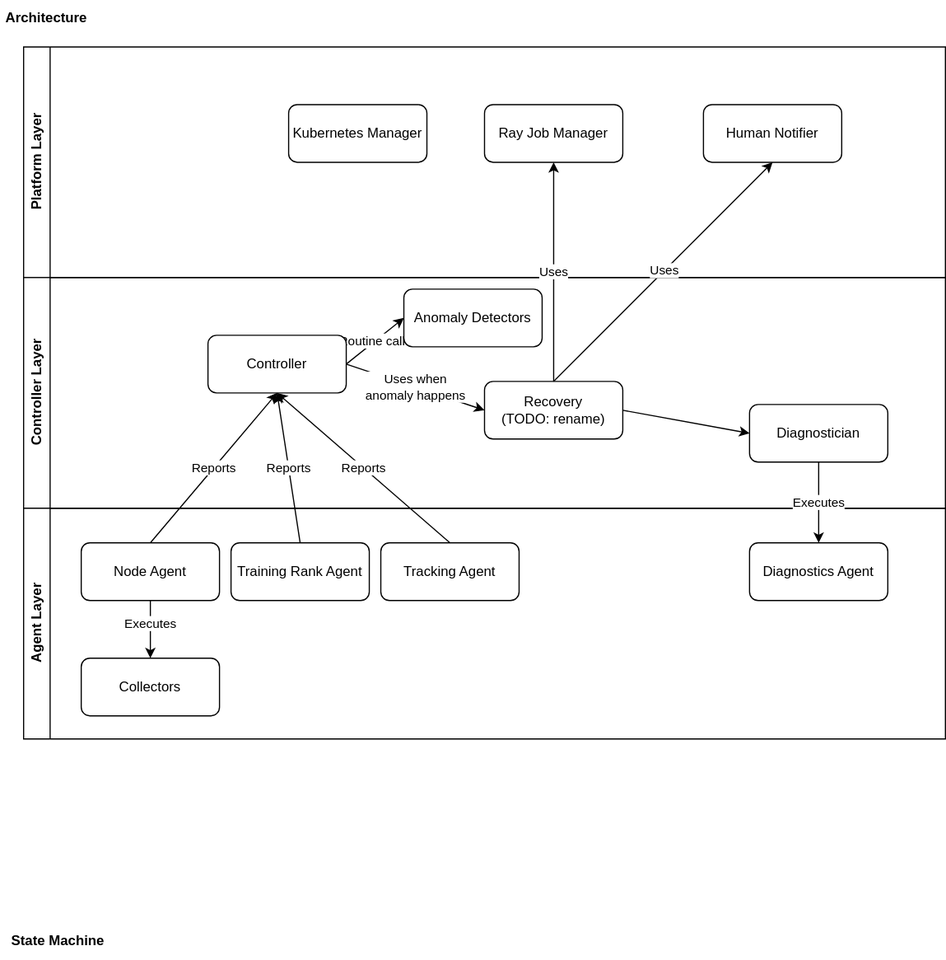
The draw.io diagram miles/utils/ft/ft_arch.svg in radixark/miles, before a commit. Source tidied: cells renumbered, new cells last; positions are measured from the earlier drawing's top-left corner, leaving out a move shared by most shapes.
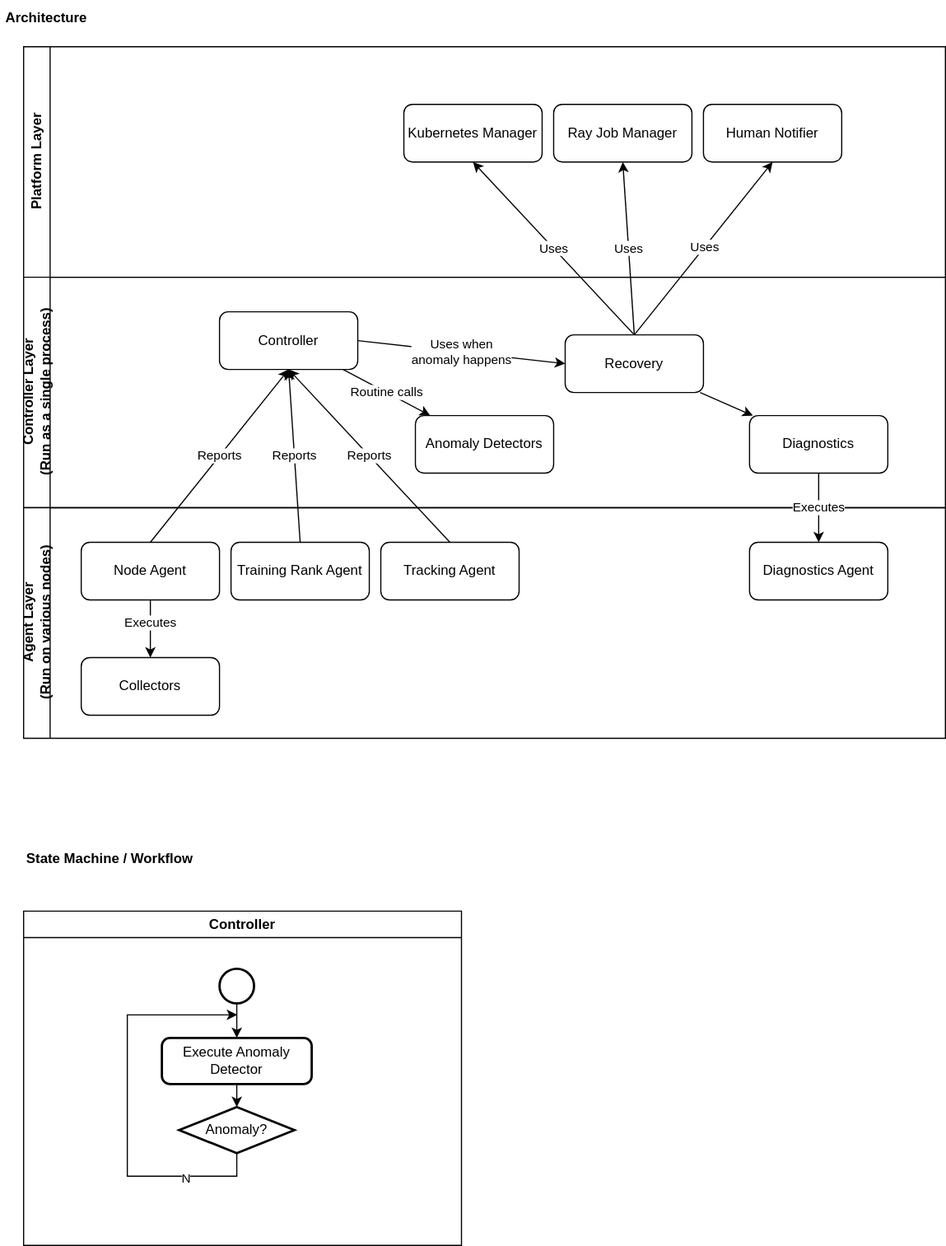
The same file after the commit.

Diff of the diagram source:
```diff
@@ -5,8 +5,8 @@
     <mxCell id="2" value="Architecture" style="text;html=1;strokeColor=none;fillColor=none;align=center;verticalAlign=middle;whiteSpace=wrap;rounded=0;fontStyle=1;" parent="1" vertex="1">
       <mxGeometry width="80" height="30" as="geometry" />
     </mxCell>
-    <mxCell id="3" value="State Machine" style="text;html=1;strokeColor=none;fillColor=none;align=center;verticalAlign=middle;whiteSpace=wrap;rounded=0;fontStyle=1;" parent="1" vertex="1">
-      <mxGeometry y="800" width="100" height="30" as="geometry" />
+    <mxCell id="3" value="State Machine / Workflow" style="text;html=1;strokeColor=none;fillColor=none;align=center;verticalAlign=middle;whiteSpace=wrap;rounded=0;fontStyle=1;" parent="1" vertex="1">
+      <mxGeometry y="730" width="190" height="30" as="geometry" />
     </mxCell>
     <mxCell id="4" value="Platform Layer" style="swimlane;horizontal=0;whiteSpace=wrap;html=1;" parent="1" vertex="1">
       <mxGeometry x="20" y="40" width="800" height="200" as="geometry" />
@@ -15,36 +15,36 @@
       <mxGeometry x="590" y="50" width="120" height="50" as="geometry" />
     </mxCell>
     <mxCell id="6" value="Ray Job Manager" style="rounded=1;whiteSpace=wrap;html=1;" parent="4" vertex="1">
-      <mxGeometry x="400" y="50" width="120" height="50" as="geometry" />
+      <mxGeometry x="460" y="50" width="120" height="50" as="geometry" />
     </mxCell>
     <mxCell id="7" value="Kubernetes Manager" style="rounded=1;whiteSpace=wrap;html=1;" parent="4" vertex="1">
-      <mxGeometry x="230" y="50" width="120" height="50" as="geometry" />
+      <mxGeometry x="330" y="50" width="120" height="50" as="geometry" />
     </mxCell>
-    <mxCell id="8" value="Controller Layer" style="swimlane;horizontal=0;whiteSpace=wrap;html=1;" parent="1" vertex="1">
+    <mxCell id="8" value="Controller Layer&lt;br&gt;(Run as a single process)" style="swimlane;horizontal=0;whiteSpace=wrap;html=1;" parent="1" vertex="1">
       <mxGeometry x="20" y="240" width="800" height="200" as="geometry" />
     </mxCell>
-    <mxCell id="9" value="Routine calls" style="rounded=0;jettySize=auto;html=1;exitX=1;exitY=0.5;exitDx=0;exitDy=0;entryX=0;entryY=0.5;entryDx=0;entryDy=0;" parent="8" edge="1" source="11" target="13">
+    <mxCell id="9" value="Routine calls" style="rounded=0;jettySize=auto;html=1;" parent="8" edge="1" source="11" target="13">
       <mxGeometry relative="1" as="geometry" />
     </mxCell>
     <mxCell id="10" value="Uses when&lt;br&gt;anomaly happens" style="rounded=0;jettySize=auto;html=1;exitX=1;exitY=0.5;exitDx=0;exitDy=0;entryX=0;entryY=0.5;entryDx=0;entryDy=0;" parent="8" edge="1" source="11" target="15">
       <mxGeometry relative="1" as="geometry" />
     </mxCell>
     <mxCell id="11" value="Controller" style="rounded=1;whiteSpace=wrap;html=1;" parent="8" vertex="1">
-      <mxGeometry x="160" y="50" width="120" height="50" as="geometry" />
+      <mxGeometry x="170" y="30" width="120" height="50" as="geometry" />
     </mxCell>
-    <mxCell id="12" value="Diagnostician" style="rounded=1;whiteSpace=wrap;html=1;" parent="8" vertex="1">
-      <mxGeometry x="630" y="110" width="120" height="50" as="geometry" />
+    <mxCell id="12" value="Diagnostics" style="rounded=1;whiteSpace=wrap;html=1;" parent="8" vertex="1">
+      <mxGeometry x="630" y="120" width="120" height="50" as="geometry" />
     </mxCell>
     <mxCell id="13" value="Anomaly Detectors" style="rounded=1;whiteSpace=wrap;html=1;" parent="8" vertex="1">
-      <mxGeometry x="330" y="10" width="120" height="50" as="geometry" />
+      <mxGeometry x="340" y="120" width="120" height="50" as="geometry" />
     </mxCell>
-    <mxCell id="14" style="rounded=0;jettySize=auto;html=1;exitX=1;exitY=0.5;exitDx=0;exitDy=0;entryX=0;entryY=0.5;entryDx=0;entryDy=0;" parent="8" edge="1" source="15" target="12">
+    <mxCell id="14" style="rounded=0;jettySize=auto;html=1;" parent="8" edge="1" source="15" target="12">
       <mxGeometry relative="1" as="geometry" />
     </mxCell>
-    <mxCell id="15" value="Recovery&lt;br&gt;(TODO: rename)" style="rounded=1;whiteSpace=wrap;html=1;" parent="8" vertex="1">
-      <mxGeometry x="400" y="90" width="120" height="50" as="geometry" />
+    <mxCell id="15" value="Recovery" style="rounded=1;whiteSpace=wrap;html=1;" parent="8" vertex="1">
+      <mxGeometry x="470" y="50" width="120" height="50" as="geometry" />
     </mxCell>
-    <mxCell id="16" value="Agent Layer" style="swimlane;horizontal=0;whiteSpace=wrap;html=1;" parent="1" vertex="1">
+    <mxCell id="16" value="Agent Layer&lt;br&gt;(Run on various nodes)" style="swimlane;horizontal=0;whiteSpace=wrap;html=1;" parent="1" vertex="1">
       <mxGeometry x="20" y="440" width="800" height="200" as="geometry" />
     </mxCell>
     <mxCell id="17" style="edgeStyle=orthogonalEdgeStyle;rounded=0;jettySize=auto;html=1;exitX=0.5;exitY=1;exitDx=0;exitDy=0;entryX=0.5;entryY=0;entryDx=0;entryDy=0;" parent="16" edge="1" source="19" target="22">
@@ -89,5 +89,39 @@
     <mxCell id="30" value="Uses" style="edgeLabel;html=1;align=center;verticalAlign=middle;" parent="29" vertex="1">
       <mxGeometry x="0.01" relative="1" as="geometry" />
     </mxCell>
+    <mxCell id="31" value="Uses" style="rounded=0;jettySize=auto;html=1;exitX=0.5;exitY=0;exitDx=0;exitDy=0;entryX=0.5;entryY=1;entryDx=0;entryDy=0;" parent="1" edge="1" source="15" target="7">
+      <mxGeometry relative="1" as="geometry" />
+    </mxCell>
+    <mxCell id="32" value="Controller" style="swimlane;whiteSpace=wrap;html=1;" parent="1" vertex="1">
+      <mxGeometry x="20" y="790" width="380" height="290" as="geometry" />
+    </mxCell>
+    <mxCell id="33" style="strokeWidth=2;html=1;shape=mxgraph.flowchart.start_2;whiteSpace=wrap;" parent="32" vertex="1">
+      <mxGeometry x="170" y="50" width="30" height="30" as="geometry" />
+    </mxCell>
+    <mxCell id="34" style="edgeStyle=orthogonalEdgeStyle;rounded=0;jettySize=auto;html=1;exitX=0.5;exitY=1;exitDx=0;exitDy=0;exitPerimeter=0;" parent="32" edge="1" source="36">
+      <mxGeometry relative="1" as="geometry">
+        <mxPoint x="185.3" y="90" as="targetPoint" />
+        <Array as="points">
+          <mxPoint x="185" y="230" />
+          <mxPoint x="90" y="230" />
+          <mxPoint x="90" y="90" />
+        </Array>
+      </mxGeometry>
+    </mxCell>
+    <mxCell id="35" value="N" style="edgeLabel;html=1;align=center;verticalAlign=middle;" parent="34" vertex="1">
+      <mxGeometry x="-0.64" y="2" relative="1" as="geometry" />
+    </mxCell>
+    <mxCell id="36" value="Anomaly?" style="strokeWidth=2;html=1;shape=mxgraph.flowchart.decision;whiteSpace=wrap;" parent="32" vertex="1">
+      <mxGeometry x="135" y="170" width="100" height="40" as="geometry" />
+    </mxCell>
+    <mxCell id="37" style="edgeStyle=orthogonalEdgeStyle;rounded=0;jettySize=auto;html=1;exitX=0.5;exitY=1;exitDx=0;exitDy=0;entryX=0.5;entryY=0;entryDx=0;entryDy=0;entryPerimeter=0;" parent="32" edge="1" source="38" target="36">
+      <mxGeometry relative="1" as="geometry" />
+    </mxCell>
+    <mxCell id="38" value="Execute Anomaly Detector" style="rounded=1;whiteSpace=wrap;html=1;absoluteArcSize=1;arcSize=14;strokeWidth=2;" parent="32" vertex="1">
+      <mxGeometry x="120" y="110" width="130" height="40" as="geometry" />
+    </mxCell>
+    <mxCell id="39" style="edgeStyle=orthogonalEdgeStyle;rounded=0;jettySize=auto;html=1;exitX=0.5;exitY=1;exitDx=0;exitDy=0;exitPerimeter=0;entryX=0.5;entryY=0;entryDx=0;entryDy=0;" parent="32" edge="1" source="33" target="38">
+      <mxGeometry relative="1" as="geometry" />
+    </mxCell>
   </root>
 </mxGraphModel>
```
